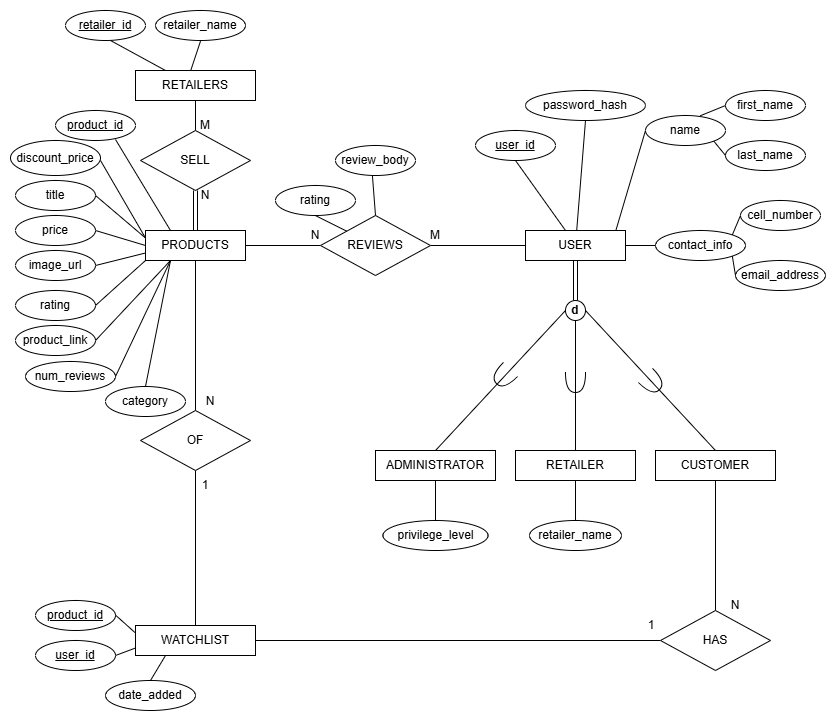
COS221-Assignment5-IndexFive/COS221_Assignment5 keeps this draw.io diagram as Documentation/EER/EER-diagram.png. Above is the earlier version. Source tidied: cells renumbered, new cells last; positions are measured from the earlier drawing's top-left corner, leaving out a move shared by most shapes.
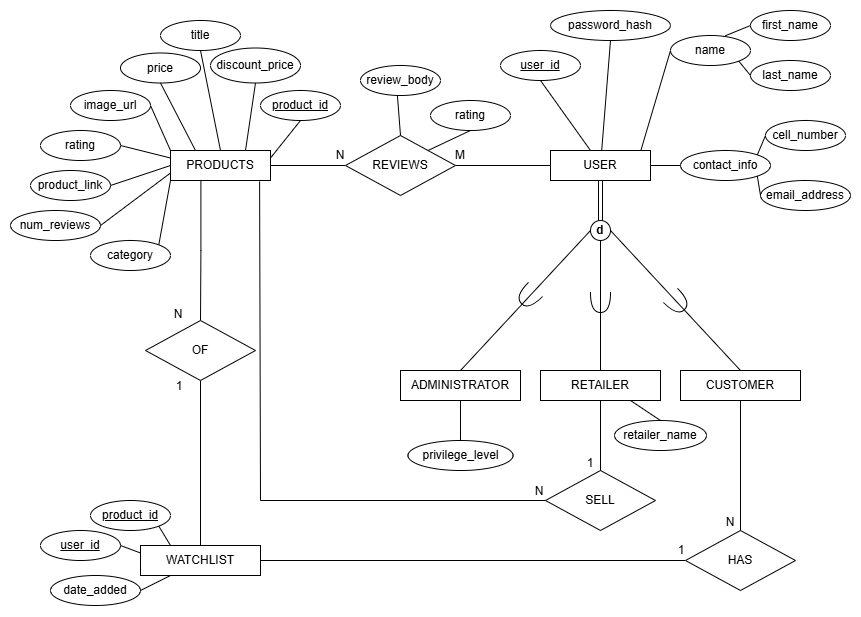
Above is the later version.

Commit message:
Updated EER diagram

Change to the diagram source:
```diff
@@ -2,7 +2,7 @@
   <root>
     <mxCell id="0" />
     <mxCell id="1" parent="0" />
-    <mxCell id="2" style="edgeStyle=orthogonalEdgeStyle;rounded=0;jettySize=auto;html=1;endArrow=none;startFill=0;entryX=0.5;entryY=0;entryDx=0;entryDy=0;" parent="1" edge="1" source="3" target="72">
+    <mxCell id="2" style="edgeStyle=orthogonalEdgeStyle;rounded=0;jettySize=auto;html=1;endArrow=none;startFill=0;entryX=0.5;entryY=0;entryDx=0;entryDy=0;exitX=0.304;exitY=1.032;exitDx=0;exitDy=0;exitPerimeter=0;" parent="1" edge="1" source="3" target="72">
       <mxGeometry relative="1" as="geometry" />
     </mxCell>
     <mxCell id="3" value="PRODUCTS" style="rounded=0;whiteSpace=wrap;html=1;" parent="1" vertex="1">
@@ -14,12 +14,6 @@
     <mxCell id="5" value="ADMINISTRATOR" style="rounded=0;whiteSpace=wrap;html=1;" parent="1" vertex="1">
       <mxGeometry x="365" y="440" width="120" height="30" as="geometry" />
     </mxCell>
-    <mxCell id="6" style="edgeStyle=orthogonalEdgeStyle;rounded=0;jettySize=auto;html=1;exitX=0.5;exitY=1;exitDx=0;exitDy=0;entryX=0.5;entryY=0;entryDx=0;entryDy=0;endArrow=none;startFill=0;" parent="1" edge="1" source="7" target="21">
-      <mxGeometry relative="1" as="geometry" />
-    </mxCell>
-    <mxCell id="7" value="RETAILERS" style="rounded=0;whiteSpace=wrap;html=1;" parent="1" vertex="1">
-      <mxGeometry x="125" y="60" width="120" height="30" as="geometry" />
-    </mxCell>
     <mxCell id="8" value="first_name" style="ellipse;whiteSpace=wrap;html=1;" parent="1" vertex="1">
       <mxGeometry x="715" y="80" width="80" height="30" as="geometry" />
     </mxCell>
@@ -30,60 +24,35 @@
       <mxGeometry x="730" y="190" width="80" height="30" as="geometry" />
     </mxCell>
     <mxCell id="11" value="&lt;u&gt;product_id&lt;/u&gt;" style="ellipse;whiteSpace=wrap;html=1;" parent="1" vertex="1">
-      <mxGeometry x="45" y="100" width="80" height="30" as="geometry" />
+      <mxGeometry x="225" y="160" width="80" height="30" as="geometry" />
     </mxCell>
     <mxCell id="12" value="&lt;u&gt;user_id&lt;/u&gt;" style="ellipse;whiteSpace=wrap;html=1;" parent="1" vertex="1">
       <mxGeometry x="465" y="120" width="80" height="30" as="geometry" />
     </mxCell>
     <mxCell id="13" value="price" style="ellipse;whiteSpace=wrap;html=1;" parent="1" vertex="1">
-      <mxGeometry x="5" y="205" width="80" height="30" as="geometry" />
+      <mxGeometry x="85" y="122.5" width="80" height="30" as="geometry" />
     </mxCell>
     <mxCell id="14" value="title" style="ellipse;whiteSpace=wrap;html=1;" parent="1" vertex="1">
-      <mxGeometry x="5" y="170" width="80" height="30" as="geometry" />
+      <mxGeometry x="125" y="90" width="80" height="30" as="geometry" />
     </mxCell>
     <mxCell id="15" value="rating" style="ellipse;whiteSpace=wrap;html=1;" parent="1" vertex="1">
-      <mxGeometry x="5" y="280" width="80" height="30" as="geometry" />
+      <mxGeometry x="5" y="200" width="80" height="30" as="geometry" />
     </mxCell>
-    <mxCell id="16" value="&lt;u&gt;retailer_id&lt;/u&gt;" style="ellipse;whiteSpace=wrap;html=1;" parent="1" vertex="1">
-      <mxGeometry x="55" width="80" height="30" as="geometry" />
-    </mxCell>
-    <mxCell id="17" value="retailer_name" style="ellipse;whiteSpace=wrap;html=1;" parent="1" vertex="1">
-      <mxGeometry x="145" width="90" height="30" as="geometry" />
-    </mxCell>
     <mxCell id="18" value="num_reviews" style="ellipse;whiteSpace=wrap;html=1;" parent="1" vertex="1">
-      <mxGeometry x="15" y="351" width="90" height="30" as="geometry" />
+      <mxGeometry x="-25" y="280" width="90" height="30" as="geometry" />
     </mxCell>
     <mxCell id="19" value="product_link" style="ellipse;whiteSpace=wrap;html=1;" parent="1" vertex="1">
-      <mxGeometry x="5" y="315" width="80" height="30" as="geometry" />
+      <mxGeometry x="-5" y="240" width="80" height="30" as="geometry" />
     </mxCell>
-    <mxCell id="20" style="edgeStyle=orthogonalEdgeStyle;rounded=0;jettySize=auto;html=1;entryX=0.5;entryY=0;entryDx=0;entryDy=0;endArrow=none;startFill=0;shape=link;" parent="1" edge="1" source="21" target="3">
-      <mxGeometry relative="1" as="geometry" />
-    </mxCell>
     <mxCell id="21" value="SELL" style="rhombus;whiteSpace=wrap;html=1;" parent="1" vertex="1">
-      <mxGeometry x="130" y="120" width="110" height="60" as="geometry" />
+      <mxGeometry x="510" y="540" width="110" height="60" as="geometry" />
     </mxCell>
     <mxCell id="22" value="discount_price" style="ellipse;whiteSpace=wrap;html=1;" parent="1" vertex="1">
-      <mxGeometry y="130" width="90" height="35" as="geometry" />
+      <mxGeometry x="175" y="117.5" width="90" height="35" as="geometry" />
     </mxCell>
     <mxCell id="23" value="image_url" style="ellipse;whiteSpace=wrap;html=1;" parent="1" vertex="1">
-      <mxGeometry x="5" y="240" width="80" height="30" as="geometry" />
+      <mxGeometry x="35" y="160" width="80" height="30" as="geometry" />
     </mxCell>
-    <mxCell id="24" value="M" style="text;strokeColor=none;align=center;fillColor=none;html=1;verticalAlign=middle;whiteSpace=wrap;rounded=0;" parent="1" vertex="1">
-      <mxGeometry x="165" y="100" width="60" height="30" as="geometry" />
-    </mxCell>
-    <mxCell id="25" value="N" style="text;strokeColor=none;align=center;fillColor=none;html=1;verticalAlign=middle;whiteSpace=wrap;rounded=0;" parent="1" vertex="1">
-      <mxGeometry x="165" y="170" width="60" height="30" as="geometry" />
-    </mxCell>
-    <mxCell id="26" style="edgeStyle=none;jettySize=auto;html=1;rounded=0;entryX=0.5;entryY=1;entryDx=0;entryDy=0;endArrow=none;startFill=0;exitX=0.459;exitY=0.016;exitDx=0;exitDy=0;exitPerimeter=0;" parent="1" edge="1" source="7">
-      <mxGeometry relative="1" as="geometry">
-        <mxPoint x="190" y="30.7" as="targetPoint" />
-      </mxGeometry>
-    </mxCell>
-    <mxCell id="27" style="edgeStyle=none;jettySize=auto;html=1;rounded=0;entryX=0.5;entryY=1;entryDx=0;entryDy=0;endArrow=none;startFill=0;exitX=0.25;exitY=0;exitDx=0;exitDy=0;" parent="1" edge="1" source="7">
-      <mxGeometry relative="1" as="geometry">
-        <mxPoint x="100" y="30" as="targetPoint" />
-      </mxGeometry>
-    </mxCell>
     <mxCell id="28" style="edgeStyle=orthogonalEdgeStyle;rounded=0;orthogonalLoop=1;jettySize=auto;html=1;exitX=0.5;exitY=1;exitDx=0;exitDy=0;" parent="1" edge="1" source="19" target="19">
       <mxGeometry relative="1" as="geometry" />
     </mxCell>
@@ -94,7 +63,7 @@
       <mxGeometry relative="1" as="geometry" />
     </mxCell>
     <mxCell id="31" value="rating" style="ellipse;whiteSpace=wrap;html=1;" parent="1" vertex="1">
-      <mxGeometry x="265" y="175" width="80" height="30" as="geometry" />
+      <mxGeometry x="395" y="170" width="80" height="30" as="geometry" />
     </mxCell>
     <mxCell id="32" value="review_body" style="ellipse;whiteSpace=wrap;html=1;" parent="1" vertex="1">
       <mxGeometry x="325" y="135" width="80" height="30" as="geometry" />
@@ -132,11 +101,6 @@
     <mxCell id="43" value="contact_info" style="ellipse;whiteSpace=wrap;html=1;" parent="1" vertex="1">
       <mxGeometry x="645" y="220" width="90" height="30" as="geometry" />
     </mxCell>
-    <mxCell id="44" style="edgeStyle=none;jettySize=auto;html=1;rounded=0;entryX=0.86;entryY=0.347;entryDx=0;entryDy=0;entryPerimeter=0;endArrow=none;endFill=1;startFill=0;" parent="1" edge="1" source="34">
-      <mxGeometry relative="1" as="geometry">
-        <mxPoint x="304.8" y="205" as="targetPoint" />
-      </mxGeometry>
-    </mxCell>
     <mxCell id="45" style="edgeStyle=none;jettySize=auto;html=1;rounded=0;endArrow=none;endFill=1;startFill=0;exitX=0.5;exitY=0;exitDx=0;exitDy=0;" parent="1" edge="1" source="34">
       <mxGeometry relative="1" as="geometry">
         <mxPoint x="361.9" y="165" as="targetPoint" />
@@ -163,9 +127,9 @@
     <mxCell id="52" style="edgeStyle=none;jettySize=auto;html=1;rounded=0;endArrow=none;startFill=0;entryX=0;entryY=0.5;entryDx=0;entryDy=0;exitX=1;exitY=1;exitDx=0;exitDy=0;" parent="1" edge="1" source="43" target="39">
       <mxGeometry relative="1" as="geometry" />
     </mxCell>
-    <mxCell id="53" style="edgeStyle=orthogonalEdgeStyle;rounded=0;jettySize=auto;html=1;entryX=0.5;entryY=0;entryDx=0;entryDy=0;endArrow=none;startFill=0;" parent="1" edge="1" source="54" target="66">
-      <mxGeometry relative="1" as="geometry" />
-    </mxCell>
+    <mxCell id="92" style="edgeStyle=orthogonalEdgeStyle;rounded=0;jettySize=auto;html=1;entryX=0.5;entryY=0;entryDx=0;entryDy=0;endArrow=none;startFill=0;" parent="1" edge="1" source="54" target="21">
+      <mxGeometry relative="1" as="geometry" />
+    </mxCell>
     <mxCell id="54" value="RETAILER" style="rounded=0;whiteSpace=wrap;html=1;" parent="1" vertex="1">
       <mxGeometry x="505" y="440" width="120" height="30" as="geometry" />
     </mxCell>
@@ -200,16 +164,16 @@
       <mxGeometry x="632" y="362" width="20" height="20" as="geometry" />
     </mxCell>
     <mxCell id="65" value="category" style="ellipse;whiteSpace=wrap;html=1;" parent="1" vertex="1">
-      <mxGeometry x="95" y="376" width="80" height="30" as="geometry" />
+      <mxGeometry x="55" y="310" width="80" height="30" as="geometry" />
     </mxCell>
     <mxCell id="66" value="retailer_name" style="ellipse;whiteSpace=wrap;html=1;" parent="1" vertex="1">
-      <mxGeometry x="519" y="510" width="92" height="30" as="geometry" />
+      <mxGeometry x="579" y="490" width="92" height="30" as="geometry" />
     </mxCell>
     <mxCell id="67" style="edgeStyle=orthogonalEdgeStyle;rounded=0;jettySize=auto;html=1;entryX=0;entryY=0.5;entryDx=0;entryDy=0;endArrow=none;startFill=0;" parent="1" edge="1" source="68" target="73">
       <mxGeometry relative="1" as="geometry" />
     </mxCell>
     <mxCell id="68" value="WATCHLIST" style="rounded=0;whiteSpace=wrap;html=1;" parent="1" vertex="1">
-      <mxGeometry x="125" y="615" width="120" height="30" as="geometry" />
+      <mxGeometry x="105" y="615" width="120" height="30" as="geometry" />
     </mxCell>
     <mxCell id="69" style="edgeStyle=orthogonalEdgeStyle;rounded=0;jettySize=auto;html=1;endArrow=none;startFill=0;exitX=0.5;exitY=1;exitDx=0;exitDy=0;" parent="1" edge="1" source="72" target="68">
       <mxGeometry relative="1" as="geometry" />
@@ -218,75 +182,88 @@
       <mxGeometry relative="1" as="geometry" />
     </mxCell>
     <mxCell id="71" value="date_added" style="ellipse;whiteSpace=wrap;html=1;" parent="1" vertex="1">
-      <mxGeometry x="95" y="670" width="90" height="30" as="geometry" />
+      <mxGeometry x="15" y="645" width="90" height="30" as="geometry" />
     </mxCell>
     <mxCell id="72" value="OF" style="rhombus;whiteSpace=wrap;html=1;" parent="1" vertex="1">
-      <mxGeometry x="130" y="400" width="110" height="60" as="geometry" />
+      <mxGeometry x="110" y="390" width="110" height="60" as="geometry" />
     </mxCell>
     <mxCell id="73" value="HAS" style="rhombus;whiteSpace=wrap;html=1;" parent="1" vertex="1">
       <mxGeometry x="650" y="600" width="110" height="60" as="geometry" />
     </mxCell>
     <mxCell id="74" value="1" style="text;strokeColor=none;align=center;fillColor=none;html=1;verticalAlign=middle;whiteSpace=wrap;rounded=0;" parent="1" vertex="1">
-      <mxGeometry x="611" y="600" width="60" height="30" as="geometry" />
+      <mxGeometry x="616" y="605" width="60" height="30" as="geometry" />
     </mxCell>
     <mxCell id="75" value="N" style="text;strokeColor=none;align=center;fillColor=none;html=1;verticalAlign=middle;whiteSpace=wrap;rounded=0;" parent="1" vertex="1">
-      <mxGeometry x="695" y="580" width="60" height="30" as="geometry" />
+      <mxGeometry x="665" y="577" width="60" height="30" as="geometry" />
     </mxCell>
     <mxCell id="76" value="1" style="text;strokeColor=none;align=center;fillColor=none;html=1;verticalAlign=middle;whiteSpace=wrap;rounded=0;" parent="1" vertex="1">
-      <mxGeometry x="165" y="460" width="60" height="30" as="geometry" />
+      <mxGeometry x="114" y="441" width="60" height="30" as="geometry" />
     </mxCell>
     <mxCell id="77" value="N" style="text;strokeColor=none;align=center;fillColor=none;html=1;verticalAlign=middle;whiteSpace=wrap;rounded=0;" parent="1" vertex="1">
-      <mxGeometry x="170" y="376" width="60" height="30" as="geometry" />
+      <mxGeometry x="113" y="369" width="60" height="30" as="geometry" />
     </mxCell>
-    <mxCell id="78" style="edgeStyle=none;jettySize=auto;html=1;rounded=0;entryX=0.25;entryY=0;entryDx=0;entryDy=0;endArrow=none;startFill=0;" parent="1" edge="1" target="3">
-      <mxGeometry relative="1" as="geometry">
-        <mxPoint x="105" y="129" as="sourcePoint" />
-      </mxGeometry>
+    <mxCell id="78" style="edgeStyle=none;jettySize=auto;html=1;rounded=0;entryX=1;entryY=0.25;entryDx=0;entryDy=0;endArrow=none;startFill=0;exitX=0.5;exitY=1;exitDx=0;exitDy=0;" parent="1" edge="1" source="11" target="3">
+      <mxGeometry relative="1" as="geometry" />
     </mxCell>
-    <mxCell id="79" style="edgeStyle=none;jettySize=auto;html=1;rounded=0;entryX=0;entryY=0.25;entryDx=0;entryDy=0;endArrow=none;startFill=0;" parent="1" edge="1" target="3">
-      <mxGeometry relative="1" as="geometry">
-        <mxPoint x="90" y="150" as="sourcePoint" />
-      </mxGeometry>
+    <mxCell id="79" style="edgeStyle=none;jettySize=auto;html=1;rounded=0;entryX=0.75;entryY=0;entryDx=0;entryDy=0;endArrow=none;startFill=0;exitX=0.5;exitY=1;exitDx=0;exitDy=0;" parent="1" edge="1" source="22" target="3">
+      <mxGeometry relative="1" as="geometry" />
     </mxCell>
-    <mxCell id="80" style="edgeStyle=none;jettySize=auto;html=1;rounded=0;entryX=0;entryY=0.25;entryDx=0;entryDy=0;exitX=1;exitY=0.5;exitDx=0;exitDy=0;endArrow=none;startFill=0;" parent="1" edge="1" source="14" target="3">
+    <mxCell id="80" style="edgeStyle=none;jettySize=auto;html=1;rounded=0;entryX=0.5;entryY=0;entryDx=0;entryDy=0;exitX=0.5;exitY=1;exitDx=0;exitDy=0;endArrow=none;startFill=0;" parent="1" edge="1" source="14" target="3">
       <mxGeometry relative="1" as="geometry" />
     </mxCell>
-    <mxCell id="81" style="edgeStyle=none;jettySize=auto;html=1;rounded=0;entryX=0;entryY=0.5;entryDx=0;entryDy=0;exitX=1;exitY=0.5;exitDx=0;exitDy=0;endArrow=none;startFill=0;" parent="1" edge="1" source="13" target="3">
+    <mxCell id="81" style="edgeStyle=none;jettySize=auto;html=1;rounded=0;entryX=0.25;entryY=0;entryDx=0;entryDy=0;exitX=0.5;exitY=1;exitDx=0;exitDy=0;endArrow=none;startFill=0;" parent="1" edge="1" source="13" target="3">
       <mxGeometry relative="1" as="geometry" />
     </mxCell>
-    <mxCell id="82" style="edgeStyle=none;jettySize=auto;html=1;rounded=0;entryX=0;entryY=0.75;entryDx=0;entryDy=0;exitX=1;exitY=0.5;exitDx=0;exitDy=0;endArrow=none;startFill=0;" parent="1" edge="1" source="23" target="3">
+    <mxCell id="82" style="edgeStyle=none;jettySize=auto;html=1;rounded=0;entryX=0;entryY=0;entryDx=0;entryDy=0;exitX=1;exitY=0.5;exitDx=0;exitDy=0;endArrow=none;startFill=0;" parent="1" edge="1" source="23" target="3">
       <mxGeometry relative="1" as="geometry" />
     </mxCell>
-    <mxCell id="83" style="edgeStyle=none;jettySize=auto;html=1;rounded=0;entryX=0;entryY=1;entryDx=0;entryDy=0;exitX=1;exitY=0.5;exitDx=0;exitDy=0;endArrow=none;startFill=0;" parent="1" edge="1" source="15" target="3">
+    <mxCell id="83" style="edgeStyle=none;jettySize=auto;html=1;rounded=0;entryX=0;entryY=0.25;entryDx=0;entryDy=0;exitX=1;exitY=0.5;exitDx=0;exitDy=0;endArrow=none;startFill=0;" parent="1" edge="1" source="15" target="3">
       <mxGeometry relative="1" as="geometry" />
     </mxCell>
-    <mxCell id="84" style="edgeStyle=none;jettySize=auto;html=1;rounded=0;entryX=0.25;entryY=1;entryDx=0;entryDy=0;exitX=1;exitY=0.5;exitDx=0;exitDy=0;endArrow=none;startFill=0;" parent="1" edge="1" source="19" target="3">
+    <mxCell id="84" style="edgeStyle=none;jettySize=auto;html=1;rounded=0;entryX=0;entryY=0.5;entryDx=0;entryDy=0;exitX=1;exitY=0.5;exitDx=0;exitDy=0;endArrow=none;startFill=0;" parent="1" edge="1" source="19" target="3">
       <mxGeometry relative="1" as="geometry" />
     </mxCell>
-    <mxCell id="85" style="edgeStyle=none;jettySize=auto;html=1;rounded=0;entryX=0.25;entryY=1;entryDx=0;entryDy=0;exitX=1;exitY=0.5;exitDx=0;exitDy=0;endArrow=none;startFill=0;" parent="1" edge="1" source="18" target="3">
+    <mxCell id="85" style="edgeStyle=none;jettySize=auto;html=1;rounded=0;entryX=0;entryY=0.75;entryDx=0;entryDy=0;exitX=1;exitY=0.5;exitDx=0;exitDy=0;endArrow=none;startFill=0;" parent="1" edge="1" source="18" target="3">
       <mxGeometry relative="1" as="geometry" />
     </mxCell>
-    <mxCell id="86" style="edgeStyle=none;jettySize=auto;html=1;rounded=0;entryX=0.25;entryY=1;entryDx=0;entryDy=0;exitX=0.5;exitY=0;exitDx=0;exitDy=0;endArrow=none;startFill=0;" parent="1" edge="1" source="65" target="3">
+    <mxCell id="86" style="edgeStyle=none;jettySize=auto;html=1;rounded=0;entryX=0;entryY=1;entryDx=0;entryDy=0;exitX=1;exitY=0;exitDx=0;exitDy=0;endArrow=none;startFill=0;" parent="1" edge="1" source="65" target="3">
       <mxGeometry relative="1" as="geometry" />
     </mxCell>
     <mxCell id="87" value="&lt;u&gt;product_id&lt;/u&gt;" style="ellipse;whiteSpace=wrap;html=1;" parent="1" vertex="1">
-      <mxGeometry x="25" y="590" width="80" height="30" as="geometry" />
+      <mxGeometry x="55" y="570" width="80" height="30" as="geometry" />
     </mxCell>
     <mxCell id="88" value="&lt;u&gt;user_id&lt;/u&gt;" style="ellipse;whiteSpace=wrap;html=1;" parent="1" vertex="1">
-      <mxGeometry x="25" y="630" width="80" height="30" as="geometry" />
+      <mxGeometry x="5" y="600" width="80" height="30" as="geometry" />
     </mxCell>
-    <mxCell id="89" style="edgeStyle=none;jettySize=auto;html=1;rounded=0;entryX=0;entryY=0.25;entryDx=0;entryDy=0;endArrow=none;startFill=0;" parent="1" edge="1" target="68">
-      <mxGeometry relative="1" as="geometry">
-        <mxPoint x="105" y="604.6" as="sourcePoint" />
-      </mxGeometry>
+    <mxCell id="89" style="edgeStyle=none;jettySize=auto;html=1;rounded=0;entryX=0;entryY=0.25;entryDx=0;entryDy=0;endArrow=none;startFill=0;exitX=1;exitY=0.5;exitDx=0;exitDy=0;" parent="1" edge="1" source="88" target="68">
+      <mxGeometry relative="1" as="geometry" />
     </mxCell>
-    <mxCell id="90" style="edgeStyle=none;jettySize=auto;html=1;rounded=0;entryX=0;entryY=0.75;entryDx=0;entryDy=0;endArrow=none;startFill=0;" parent="1" edge="1" target="68">
-      <mxGeometry relative="1" as="geometry">
-        <mxPoint x="105" y="645" as="sourcePoint" />
-      </mxGeometry>
+    <mxCell id="90" style="edgeStyle=none;jettySize=auto;html=1;rounded=0;entryX=1;entryY=1;entryDx=0;entryDy=0;endArrow=none;startFill=0;exitX=0.25;exitY=0;exitDx=0;exitDy=0;" parent="1" edge="1" source="68" target="87">
+      <mxGeometry relative="1" as="geometry" />
     </mxCell>
-    <mxCell id="91" style="edgeStyle=none;jettySize=auto;html=1;rounded=0;entryX=0.25;entryY=1;entryDx=0;entryDy=0;endArrow=none;startFill=0;exitX=0.5;exitY=0;exitDx=0;exitDy=0;" parent="1" edge="1" source="71" target="68">
+    <mxCell id="91" style="edgeStyle=none;jettySize=auto;html=1;rounded=0;entryX=0.25;entryY=1;entryDx=0;entryDy=0;endArrow=none;startFill=0;exitX=1;exitY=0.5;exitDx=0;exitDy=0;" parent="1" edge="1" source="71" target="68">
       <mxGeometry relative="1" as="geometry" />
     </mxCell>
+    <mxCell id="53" style="edgeStyle=none;jettySize=auto;html=1;rounded=0;entryX=0.5;entryY=0;entryDx=0;entryDy=0;endArrow=none;startFill=0;exitX=0.75;exitY=1;exitDx=0;exitDy=0;" parent="1" edge="1" source="54" target="66">
+      <mxGeometry relative="1" as="geometry" />
+    </mxCell>
+    <mxCell id="93" style="edgeStyle=none;jettySize=auto;html=1;rounded=0;entryX=1;entryY=0;entryDx=0;entryDy=0;endArrow=none;startFill=0;" parent="1" edge="1" target="34">
+      <mxGeometry relative="1" as="geometry">
+        <mxPoint x="435" y="200" as="sourcePoint" />
+      </mxGeometry>
+    </mxCell>
+    <mxCell id="94" style="edgeStyle=none;jettySize=auto;html=1;rounded=0;entryX=0;entryY=0.5;entryDx=0;entryDy=0;exitX=0.891;exitY=1.032;exitDx=0;exitDy=0;endArrow=none;startFill=0;exitPerimeter=0;" parent="1" edge="1" source="3" target="21">
+      <mxGeometry relative="1" as="geometry">
+        <Array as="points">
+          <mxPoint x="225" y="570" />
+        </Array>
+      </mxGeometry>
+    </mxCell>
+    <mxCell id="25" value="N" style="text;strokeColor=none;align=center;fillColor=none;html=1;verticalAlign=middle;whiteSpace=wrap;rounded=0;" parent="1" vertex="1">
+      <mxGeometry x="474" y="546" width="60" height="30" as="geometry" />
+    </mxCell>
+    <mxCell id="95" value="1" style="text;strokeColor=none;align=center;fillColor=none;html=1;verticalAlign=middle;whiteSpace=wrap;rounded=0;" parent="1" vertex="1">
+      <mxGeometry x="525" y="518" width="60" height="30" as="geometry" />
+    </mxCell>
   </root>
 </mxGraphModel>
```
